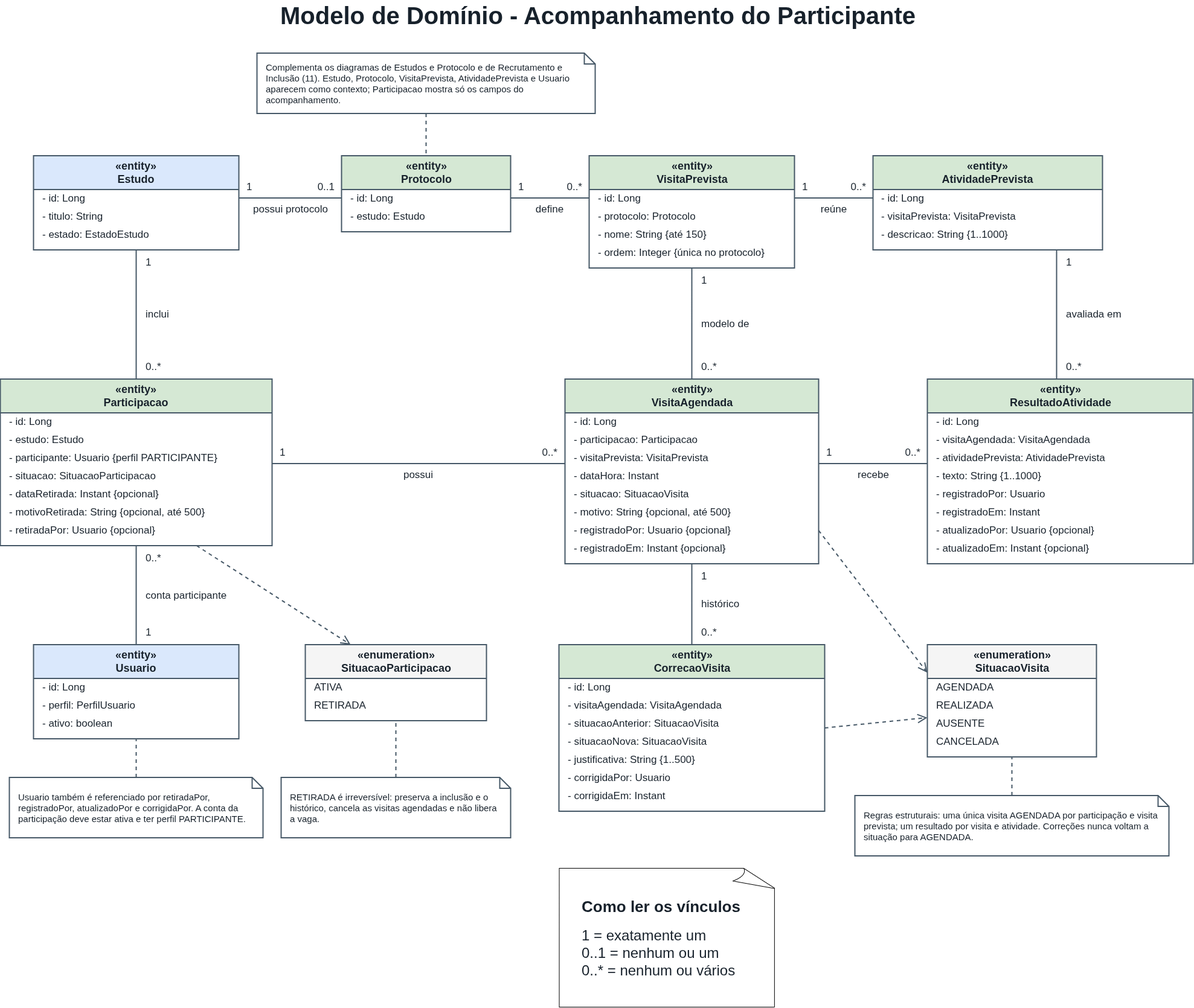
The draw.io diagram docs/diagramas/15_modelo_dominio_acompanhamento.png in Sinddylnn/ClinicalStudyPB, before a commit. Source tidied: cells renumbered, new cells last; positions are measured from the earlier drawing's top-left corner, leaving out a move shared by most shapes.
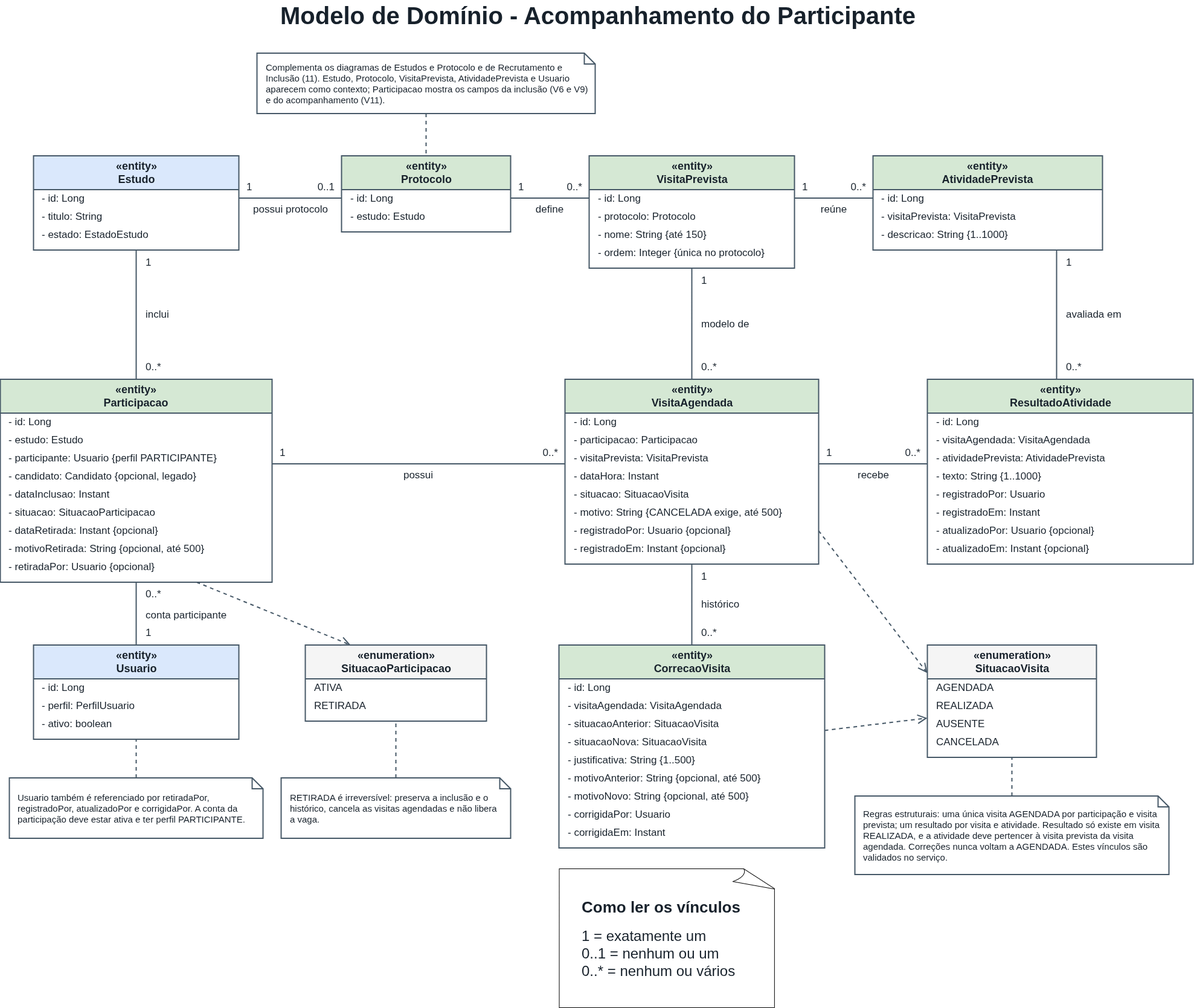
After the change.

Commit message:
fix: aplica correções em diagramas

Change to the diagram source:
```diff
@@ -51,7 +51,7 @@
       <mxGeometry y="116" width="380" height="30" as="geometry" />
     </mxCell>
     <mxCell id="18" value="«entity»&#10;Participacao" style="swimlane;html=0;whiteSpace=wrap;startSize=56;horizontal=1;align=center;verticalAlign=middle;fontFamily=Arial;fontSize=18;fontStyle=1;fontColor=#17212B;fillColor=#D5E8D4;swimlaneFillColor=#FFFFFF;strokeColor=#465867;strokeWidth=2;" parent="1" vertex="1">
-      <mxGeometry x="0.5" y="628" width="450" height="276" as="geometry" />
+      <mxGeometry x="0.5" y="628" width="450" height="336" as="geometry" />
     </mxCell>
     <mxCell id="19" value="- id: Long" style="text;html=0;whiteSpace=wrap;align=left;verticalAlign=middle;spacingLeft=12;spacingRight=12;fontFamily=Arial;fontSize=17;fontColor=#17212B;" parent="18" vertex="1">
       <mxGeometry y="56" width="450" height="30" as="geometry" />
@@ -62,18 +62,24 @@
     <mxCell id="21" value="- participante: Usuario {perfil PARTICIPANTE}" style="text;html=0;whiteSpace=wrap;align=left;verticalAlign=middle;spacingLeft=12;spacingRight=12;fontFamily=Arial;fontSize=17;fontColor=#17212B;" parent="18" vertex="1">
       <mxGeometry y="116" width="450" height="30" as="geometry" />
     </mxCell>
-    <mxCell id="22" value="- situacao: SituacaoParticipacao" style="text;html=0;whiteSpace=wrap;align=left;verticalAlign=middle;spacingLeft=12;spacingRight=12;fontFamily=Arial;fontSize=17;fontColor=#17212B;" parent="18" vertex="1">
+    <mxCell id="22" value="- candidato: Candidato {opcional, legado}" style="text;html=0;whiteSpace=wrap;align=left;verticalAlign=middle;spacingLeft=12;spacingRight=12;fontFamily=Arial;fontSize=17;fontColor=#17212B;" parent="18" vertex="1">
       <mxGeometry y="146" width="450" height="30" as="geometry" />
     </mxCell>
-    <mxCell id="23" value="- dataRetirada: Instant {opcional}" style="text;html=0;whiteSpace=wrap;align=left;verticalAlign=middle;spacingLeft=12;spacingRight=12;fontFamily=Arial;fontSize=17;fontColor=#17212B;" parent="18" vertex="1">
+    <mxCell id="23" value="- dataInclusao: Instant" style="text;html=0;whiteSpace=wrap;align=left;verticalAlign=middle;spacingLeft=12;spacingRight=12;fontFamily=Arial;fontSize=17;fontColor=#17212B;" parent="18" vertex="1">
       <mxGeometry y="176" width="450" height="30" as="geometry" />
     </mxCell>
-    <mxCell id="24" value="- motivoRetirada: String {opcional, até 500}" style="text;html=0;whiteSpace=wrap;align=left;verticalAlign=middle;spacingLeft=12;spacingRight=12;fontFamily=Arial;fontSize=17;fontColor=#17212B;" parent="18" vertex="1">
+    <mxCell id="24" value="- situacao: SituacaoParticipacao" style="text;html=0;whiteSpace=wrap;align=left;verticalAlign=middle;spacingLeft=12;spacingRight=12;fontFamily=Arial;fontSize=17;fontColor=#17212B;" parent="18" vertex="1">
       <mxGeometry y="206" width="450" height="30" as="geometry" />
     </mxCell>
-    <mxCell id="25" value="- retiradaPor: Usuario {opcional}" style="text;html=0;whiteSpace=wrap;align=left;verticalAlign=middle;spacingLeft=12;spacingRight=12;fontFamily=Arial;fontSize=17;fontColor=#17212B;" parent="18" vertex="1">
+    <mxCell id="25" value="- dataRetirada: Instant {opcional}" style="text;html=0;whiteSpace=wrap;align=left;verticalAlign=middle;spacingLeft=12;spacingRight=12;fontFamily=Arial;fontSize=17;fontColor=#17212B;" parent="18" vertex="1">
       <mxGeometry y="236" width="450" height="30" as="geometry" />
     </mxCell>
+    <mxCell id="119" value="- motivoRetirada: String {opcional, até 500}" style="text;html=0;whiteSpace=wrap;align=left;verticalAlign=middle;spacingLeft=12;spacingRight=12;fontFamily=Arial;fontSize=17;fontColor=#17212B;" parent="18" vertex="1">
+      <mxGeometry y="266" width="450" height="30" as="geometry" />
+    </mxCell>
+    <mxCell id="120" value="- retiradaPor: Usuario {opcional}" style="text;html=0;whiteSpace=wrap;align=left;verticalAlign=middle;spacingLeft=12;spacingRight=12;fontFamily=Arial;fontSize=17;fontColor=#17212B;" parent="18" vertex="1">
+      <mxGeometry y="296" width="450" height="30" as="geometry" />
+    </mxCell>
     <mxCell id="26" value="«entity»&#10;VisitaAgendada" style="swimlane;html=0;whiteSpace=wrap;startSize=56;horizontal=1;align=center;verticalAlign=middle;fontFamily=Arial;fontSize=18;fontStyle=1;fontColor=#17212B;fillColor=#D5E8D4;swimlaneFillColor=#FFFFFF;strokeColor=#465867;strokeWidth=2;" parent="1" vertex="1">
       <mxGeometry x="935.5" y="628" width="420" height="306" as="geometry" />
     </mxCell>
@@ -92,7 +98,7 @@
     <mxCell id="31" value="- situacao: SituacaoVisita" style="text;html=0;whiteSpace=wrap;align=left;verticalAlign=middle;spacingLeft=12;spacingRight=12;fontFamily=Arial;fontSize=17;fontColor=#17212B;" parent="26" vertex="1">
       <mxGeometry y="176" width="420" height="30" as="geometry" />
     </mxCell>
-    <mxCell id="32" value="- motivo: String {opcional, até 500}" style="text;html=0;whiteSpace=wrap;align=left;verticalAlign=middle;spacingLeft=12;spacingRight=12;fontFamily=Arial;fontSize=17;fontColor=#17212B;" parent="26" vertex="1">
+    <mxCell id="32" value="- motivo: String {CANCELADA exige, até 500}" style="text;html=0;whiteSpace=wrap;align=left;verticalAlign=middle;spacingLeft=12;spacingRight=12;fontFamily=Arial;fontSize=17;fontColor=#17212B;" parent="26" vertex="1">
       <mxGeometry y="206" width="420" height="30" as="geometry" />
     </mxCell>
     <mxCell id="33" value="- registradoPor: Usuario {opcional}" style="text;html=0;whiteSpace=wrap;align=left;verticalAlign=middle;spacingLeft=12;spacingRight=12;fontFamily=Arial;fontSize=17;fontColor=#17212B;" parent="26" vertex="1">
@@ -150,7 +156,7 @@
       <mxGeometry y="86" width="300" height="30" as="geometry" />
     </mxCell>
     <mxCell id="51" value="«entity»&#10;CorrecaoVisita" style="swimlane;html=0;whiteSpace=wrap;startSize=56;horizontal=1;align=center;verticalAlign=middle;fontFamily=Arial;fontSize=18;fontStyle=1;fontColor=#17212B;fillColor=#D5E8D4;swimlaneFillColor=#FFFFFF;strokeColor=#465867;strokeWidth=2;" parent="1" vertex="1">
-      <mxGeometry x="925.5" y="1068" width="440" height="276" as="geometry" />
+      <mxGeometry x="925.5" y="1068" width="440" height="336" as="geometry" />
     </mxCell>
     <mxCell id="52" value="- id: Long" style="text;html=0;whiteSpace=wrap;align=left;verticalAlign=middle;spacingLeft=12;spacingRight=12;fontFamily=Arial;fontSize=17;fontColor=#17212B;" parent="51" vertex="1">
       <mxGeometry y="56" width="440" height="30" as="geometry" />
@@ -167,12 +173,18 @@
     <mxCell id="56" value="- justificativa: String {1..500}" style="text;html=0;whiteSpace=wrap;align=left;verticalAlign=middle;spacingLeft=12;spacingRight=12;fontFamily=Arial;fontSize=17;fontColor=#17212B;" parent="51" vertex="1">
       <mxGeometry y="176" width="440" height="30" as="geometry" />
     </mxCell>
-    <mxCell id="57" value="- corrigidaPor: Usuario" style="text;html=0;whiteSpace=wrap;align=left;verticalAlign=middle;spacingLeft=12;spacingRight=12;fontFamily=Arial;fontSize=17;fontColor=#17212B;" parent="51" vertex="1">
+    <mxCell id="57" value="- motivoAnterior: String {opcional, até 500}" style="text;html=0;whiteSpace=wrap;align=left;verticalAlign=middle;spacingLeft=12;spacingRight=12;fontFamily=Arial;fontSize=17;fontColor=#17212B;" parent="51" vertex="1">
       <mxGeometry y="206" width="440" height="30" as="geometry" />
     </mxCell>
-    <mxCell id="58" value="- corrigidaEm: Instant" style="text;html=0;whiteSpace=wrap;align=left;verticalAlign=middle;spacingLeft=12;spacingRight=12;fontFamily=Arial;fontSize=17;fontColor=#17212B;" parent="51" vertex="1">
+    <mxCell id="58" value="- motivoNovo: String {opcional, até 500}" style="text;html=0;whiteSpace=wrap;align=left;verticalAlign=middle;spacingLeft=12;spacingRight=12;fontFamily=Arial;fontSize=17;fontColor=#17212B;" parent="51" vertex="1">
       <mxGeometry y="236" width="440" height="30" as="geometry" />
     </mxCell>
+    <mxCell id="121" value="- corrigidaPor: Usuario" style="text;html=0;whiteSpace=wrap;align=left;verticalAlign=middle;spacingLeft=12;spacingRight=12;fontFamily=Arial;fontSize=17;fontColor=#17212B;" parent="51" vertex="1">
+      <mxGeometry y="266" width="440" height="30" as="geometry" />
+    </mxCell>
+    <mxCell id="122" value="- corrigidaEm: Instant" style="text;html=0;whiteSpace=wrap;align=left;verticalAlign=middle;spacingLeft=12;spacingRight=12;fontFamily=Arial;fontSize=17;fontColor=#17212B;" parent="51" vertex="1">
+      <mxGeometry y="296" width="440" height="30" as="geometry" />
+    </mxCell>
     <mxCell id="59" value="«enumeration»&#10;SituacaoVisita" style="swimlane;html=0;whiteSpace=wrap;startSize=56;horizontal=1;align=center;verticalAlign=middle;fontFamily=Arial;fontSize=18;fontStyle=1;fontColor=#17212B;fillColor=#F5F5F5;swimlaneFillColor=#FFFFFF;strokeColor=#465867;strokeWidth=2;" parent="1" vertex="1">
       <mxGeometry x="1535.5" y="1068" width="280" height="186" as="geometry" />
     </mxCell>
@@ -188,7 +200,7 @@
     <mxCell id="63" value="CANCELADA" style="text;html=0;whiteSpace=wrap;align=left;verticalAlign=middle;spacingLeft=12;spacingRight=12;fontFamily=Arial;fontSize=17;fontColor=#17212B;" parent="59" vertex="1">
       <mxGeometry y="146" width="280" height="30" as="geometry" />
     </mxCell>
-    <mxCell id="64" value="Complementa os diagramas de Estudos e Protocolo e de Recrutamento e Inclusão (11). Estudo, Protocolo, VisitaPrevista, AtividadePrevista e Usuario aparecem como contexto; Participacao mostra só os campos do acompanhamento." style="shape=note;whiteSpace=wrap;html=0;backgroundOutline=1;size=18;fillColor=#FFFFFF;strokeColor=#465867;strokeWidth=2;fontFamily=Arial;fontSize=15;fontColor=#17212B;align=left;verticalAlign=middle;spacingLeft=12;spacingRight=12;" parent="1" vertex="1">
+    <mxCell id="64" value="Complementa os diagramas de Estudos e Protocolo e de Recrutamento e Inclusão (11). Estudo, Protocolo, VisitaPrevista, AtividadePrevista e Usuario aparecem como contexto; Participacao mostra os campos da inclusão (V6 e V9) e do acompanhamento (V11)." style="shape=note;whiteSpace=wrap;html=0;backgroundOutline=1;size=18;fillColor=#FFFFFF;strokeColor=#465867;strokeWidth=2;fontFamily=Arial;fontSize=15;fontColor=#17212B;align=left;verticalAlign=middle;spacingLeft=12;spacingRight=12;" parent="1" vertex="1">
       <mxGeometry x="425.5" y="88" width="560" height="100" as="geometry" />
     </mxCell>
     <mxCell id="65" value="Usuario também é referenciado por retiradaPor, registradoPor, atualizadoPor e corrigidaPor. A conta da participação deve estar ativa e ter perfil PARTICIPANTE." style="shape=note;whiteSpace=wrap;html=0;backgroundOutline=1;size=18;fillColor=#FFFFFF;strokeColor=#465867;strokeWidth=2;fontFamily=Arial;fontSize=15;fontColor=#17212B;align=left;verticalAlign=middle;spacingLeft=12;spacingRight=12;" parent="1" vertex="1">
@@ -197,8 +209,8 @@
     <mxCell id="66" value="RETIRADA é irreversível: preserva a inclusão e o histórico, cancela as visitas agendadas e não libera a vaga." style="shape=note;whiteSpace=wrap;html=0;backgroundOutline=1;size=18;fillColor=#FFFFFF;strokeColor=#465867;strokeWidth=2;fontFamily=Arial;fontSize=15;fontColor=#17212B;align=left;verticalAlign=middle;spacingLeft=12;spacingRight=12;" parent="1" vertex="1">
       <mxGeometry x="465.5" y="1288" width="380" height="100" as="geometry" />
     </mxCell>
-    <mxCell id="67" value="Regras estruturais: uma única visita AGENDADA por participação e visita prevista; um resultado por visita e atividade. Correções nunca voltam a situação para AGENDADA." style="shape=note;whiteSpace=wrap;html=0;backgroundOutline=1;size=18;fillColor=#FFFFFF;strokeColor=#465867;strokeWidth=2;fontFamily=Arial;fontSize=15;fontColor=#17212B;align=left;verticalAlign=middle;spacingLeft=12;spacingRight=12;" parent="1" vertex="1">
-      <mxGeometry x="1415.5" y="1318" width="520" height="100" as="geometry" />
+    <mxCell id="67" value="Regras estruturais: uma única visita AGENDADA por participação e visita prevista; um resultado por visita e atividade. Resultado só existe em visita REALIZADA, e a atividade deve pertencer à visita prevista da visita agendada. Correções nunca voltam a AGENDADA. Estes vínculos são validados no serviço." style="shape=note;whiteSpace=wrap;html=0;backgroundOutline=1;size=18;fillColor=#FFFFFF;strokeColor=#465867;strokeWidth=2;fontFamily=Arial;fontSize=15;fontColor=#17212B;align=left;verticalAlign=middle;spacingLeft=12;spacingRight=12;" parent="1" vertex="1">
+      <mxGeometry x="1415.5" y="1318" width="520" height="130" as="geometry" />
     </mxCell>
     <mxCell id="68" style="html=0;rounded=0;endArrow=none;endFill=0;endSize=12;strokeColor=#465867;strokeWidth=2;exitX=1;exitY=0.448718;exitPerimeter=0;entryX=0;entryY=0.555556;entryPerimeter=0;dashed=0;" parent="1" edge="1" source="2" target="6">
       <mxGeometry relative="1" as="geometry" />
@@ -215,7 +227,7 @@
     <mxCell id="72" style="html=0;rounded=0;endArrow=none;endFill=0;endSize=12;strokeColor=#465867;strokeWidth=2;exitX=0.5;exitY=1;exitPerimeter=0;entryX=0.5;entryY=0;entryPerimeter=0;dashed=0;" parent="1" edge="1" source="18" target="44">
       <mxGeometry relative="1" as="geometry" />
     </mxCell>
-    <mxCell id="73" style="html=0;rounded=0;endArrow=none;endFill=0;endSize=12;strokeColor=#465867;strokeWidth=2;exitX=1;exitY=0.507246;exitPerimeter=0;entryX=0;entryY=0.457516;entryPerimeter=0;dashed=0;" parent="1" edge="1" source="18" target="26">
+    <mxCell id="73" style="html=0;rounded=0;endArrow=none;endFill=0;endSize=12;strokeColor=#465867;strokeWidth=2;exitX=1;exitY=0.416667;exitPerimeter=0;entryX=0;entryY=0.457516;entryPerimeter=0;dashed=0;" parent="1" edge="1" source="18" target="26">
       <mxGeometry relative="1" as="geometry" />
     </mxCell>
     <mxCell id="74" style="html=0;rounded=0;endArrow=none;endFill=0;endSize=12;strokeColor=#465867;strokeWidth=2;exitX=0.5;exitY=1;exitPerimeter=0;entryX=0.5;entryY=0;entryPerimeter=0;dashed=0;" parent="1" edge="1" source="9" target="26">
@@ -236,7 +248,7 @@
     <mxCell id="79" style="html=0;rounded=0;endArrow=open;endFill=0;endSize=12;strokeColor=#465867;strokeWidth=2;exitX=1;exitY=0.82;exitPerimeter=0;entryX=0;entryY=0.25;entryPerimeter=0;dashed=1;" parent="1" edge="1" source="26" target="59">
       <mxGeometry relative="1" as="geometry" />
     </mxCell>
-    <mxCell id="80" style="html=0;rounded=0;endArrow=open;endFill=0;endSize=12;strokeColor=#465867;strokeWidth=2;exitX=1;exitY=0.5;exitPerimeter=0;entryX=0;entryY=0.65;entryPerimeter=0;dashed=1;" parent="1" edge="1" source="51" target="59">
+    <mxCell id="80" style="html=0;rounded=0;endArrow=open;endFill=0;endSize=12;strokeColor=#465867;strokeWidth=2;exitX=1;0.410714;exitPerimeter=0;entryX=0;entryY=0.65;entryPerimeter=0;dashed=1;" parent="1" edge="1" source="51" target="59">
       <mxGeometry relative="1" as="geometry" />
     </mxCell>
     <mxCell id="81" style="endArrow=none;dashed=1;html=0;rounded=0;strokeColor=#465867;strokeWidth=2;exitX=0.5;exitY=1;exitPerimeter=0;entryX=0.5;entryY=0;entryPerimeter=0;" parent="1" edge="1" source="64" target="6">
@@ -288,13 +300,13 @@
       <mxGeometry x="240.5" y="508" width="49" height="25" as="geometry" />
     </mxCell>
     <mxCell id="97" value="0..*" style="text;html=0;whiteSpace=wrap;align=left;verticalAlign=middle;fontFamily=Arial;fontSize=17;fontColor=#17212B;fontStyle=0;spacing=0;" parent="1" vertex="1">
-      <mxGeometry x="240.5" y="912" width="35" height="25" as="geometry" />
+      <mxGeometry x="240.5" y="972" width="35" height="25" as="geometry" />
     </mxCell>
     <mxCell id="98" value="1" style="text;html=0;whiteSpace=wrap;align=left;verticalAlign=middle;fontFamily=Arial;fontSize=17;fontColor=#17212B;fontStyle=0;spacing=0;" parent="1" vertex="1">
       <mxGeometry x="240.5" y="1035" width="19" height="25" as="geometry" />
     </mxCell>
     <mxCell id="99" value="conta participante" style="text;html=0;whiteSpace=wrap;align=left;verticalAlign=middle;fontFamily=Arial;fontSize=17;fontColor=#17212B;fontStyle=0;spacing=0;" parent="1" vertex="1">
-      <mxGeometry x="240.5" y="974" width="144" height="25" as="geometry" />
+      <mxGeometry x="240.5" y="1006" width="144" height="25" as="geometry" />
     </mxCell>
     <mxCell id="100" value="1" style="text;html=0;whiteSpace=wrap;align=left;verticalAlign=middle;fontFamily=Arial;fontSize=17;fontColor=#17212B;fontStyle=0;spacing=0;" parent="1" vertex="1">
       <mxGeometry x="462.5" y="737" width="19" height="25" as="geometry" />
```
